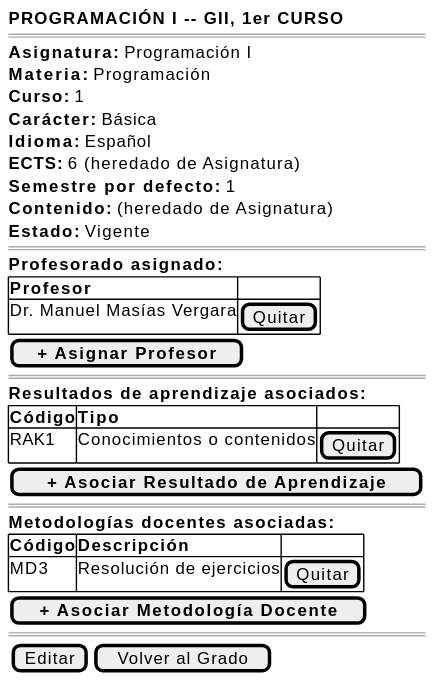
Before: images/RUP/01-requisitos/03-detalle-casos-uso/abrirAsignaturaGrado/wireframe.svg, a diagram exported from PlantUML (mmasias/pyCeldaPublico). Its diagram source:
```plantuml
@startsalt abrirAsignaturaGrado-wireframe
{
    <b>PROGRAMACIÓN I -- GII, 1er CURSO</b>
    ====
    <b>Asignatura:</b> Programación I
    <b>Materia:</b> Programación
    <b>Curso:</b> 1
    <b>Carácter:</b> Básica
    <b>Idioma:</b> Español
    <b>ECTS:</b> 6 (heredado de Asignatura)
    <b>Semestre por defecto:</b> 1
    <b>Contenido:</b> (heredado de Asignatura)
    <b>Estado:</b> Vigente
    ====
    <b>Profesorado asignado:</b>
    {#
        <b>Profesor | .
        Dr. Manuel Masías Vergara | [Quitar]
    }
    [ <b>+ Asignar Profesor</b> ]
    ====
    <b>Resultados de aprendizaje asociados:</b>
    {#
        <b>Código | <b>Tipo | .
        RAK1 | Conocimientos o contenidos | [Quitar]
    }
    [ <b>+ Asociar Resultado de Aprendizaje</b> ]
    ====
    <b>Metodologías docentes asociadas:</b>
    {#
        <b>Código | <b>Descripción | .
        MD3 | Resolución de ejercicios | [Quitar]
    }
    [ <b>+ Asociar Metodología Docente</b> ]
    ====
    {[Editar] | [Volver al Grado]}
}
@endsalt
```
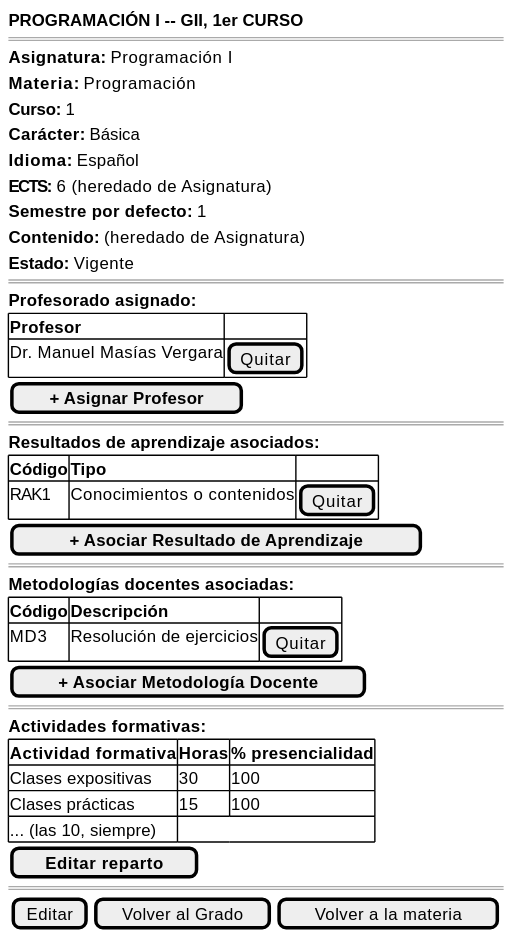
Later version of the same file.

The edit, as a diff of the source:
```diff
@@ -33,6 +33,15 @@
     }
     [ <b>+ Asociar Metodología Docente</b> ]
     ====
-    {[Editar] | [Volver al Grado]}
+    <b>Actividades formativas:</b>
+    {#
+        <b>Actividad formativa | <b>Horas | <b>% presencialidad
+        Clases expositivas | 30 | 100
+        Clases prácticas | 15 | 100
+        ... (las 10, siempre) | |
+    }
+    [ <b>Editar reparto</b> ]
+    ====
+    {[Editar] | [Volver al Grado] | [Volver a la materia]}
 }
 @endsalt
```
